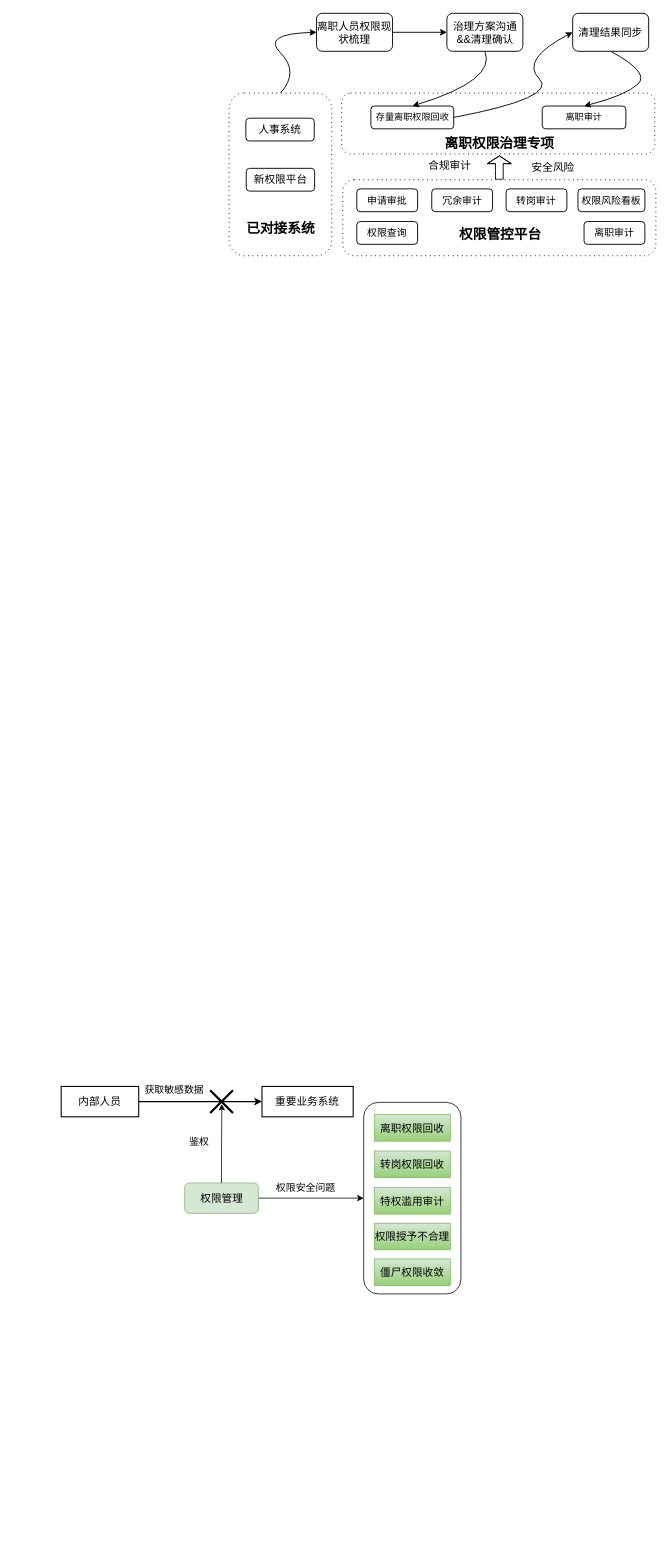
Before: page "第 14 页" (13 of 13) of 权限审计.drawio in zpxiao-ios/hello-world, a draw.io diagram. Source tidied: cells renumbered, new cells numbered last; positions are measured from the earlier drawing's top-left corner, leaving out a move shared by most shapes. Both pictures are drawn from the tidied source at 76%, with x=0, y=0 at pixel (61, 13).
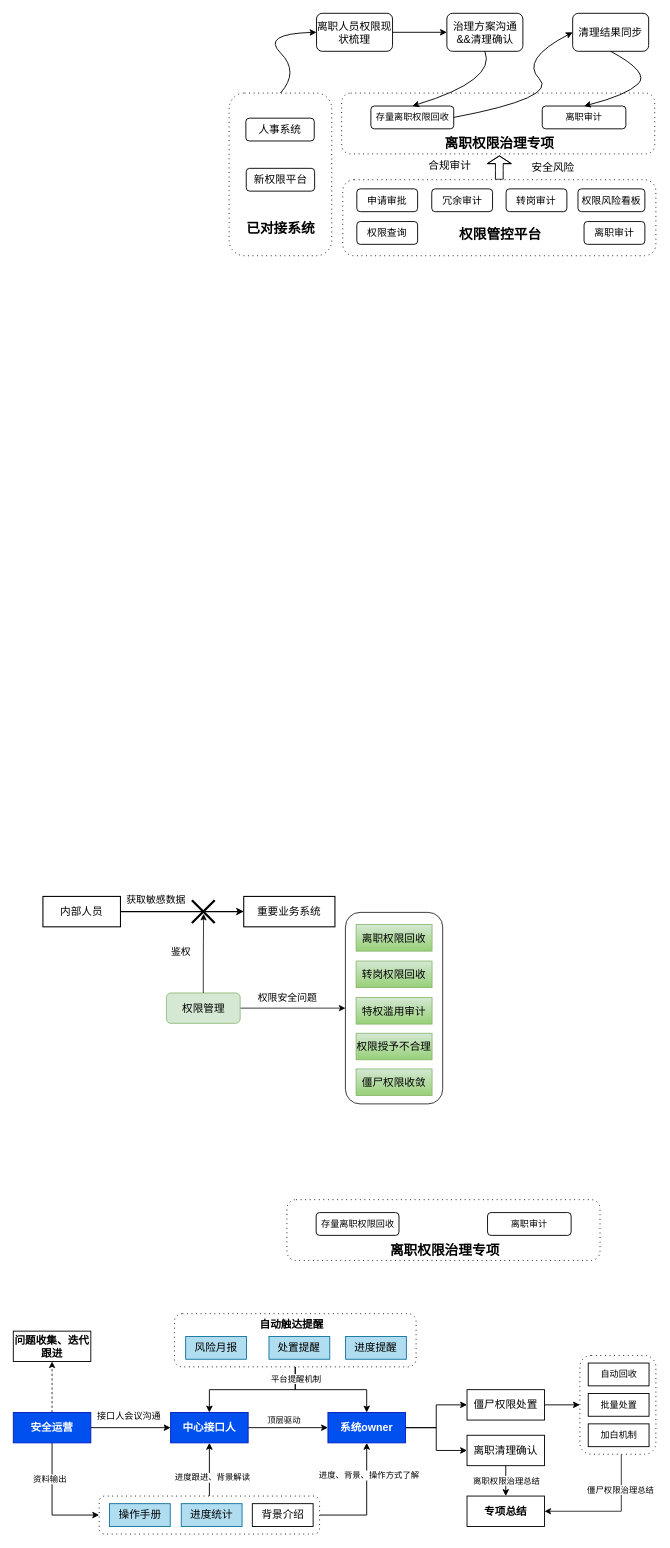
The same page after the edit.

Commit message:
更新权限审计.drawio

Change to the diagram source:
```diff
@@
+    <mxCell id="45" style="edgeStyle=orthogonalEdgeStyle;rounded=0;jettySize=auto;html=1;entryX=0.5;entryY=1;entryDx=0;entryDy=0;strokeWidth=1.2;" parent="1" edge="1" source="49" target="63">
+      <mxGeometry relative="1" as="geometry" />
+    </mxCell>
+    <mxCell id="46" value="进度跟进、背景解读" style="edgeLabel;html=1;align=center;verticalAlign=middle;" parent="45" vertex="1">
+      <mxGeometry x="0.15" y="-2" relative="1" as="geometry">
+        <mxPoint x="1" y="15" as="offset" />
+      </mxGeometry>
+    </mxCell>
+    <mxCell id="47" style="edgeStyle=orthogonalEdgeStyle;rounded=0;jettySize=auto;html=1;entryX=0.5;entryY=1;entryDx=0;entryDy=0;strokeWidth=1.2;" parent="1" edge="1" source="49" target="68">
+      <mxGeometry relative="1" as="geometry">
+        <Array as="points">
+          <mxPoint x="402" y="1976" />
+        </Array>
+      </mxGeometry>
+    </mxCell>
+    <mxCell id="48" value="进度、背景、操作方式了解" style="edgeLabel;html=1;align=center;verticalAlign=middle;" parent="47" vertex="1">
+      <mxGeometry x="0.47" y="-2" relative="1" as="geometry" />
+    </mxCell>
+    <mxCell id="49" style="rounded=1;whiteSpace=wrap;html=1;fontSize=12;dashed=1;dashPattern=1 4;strokeWidth=1.2;labelBackgroundColor=none;flipH=1;" parent="1" vertex="1">
+      <mxGeometry x="50" y="1951" width="290" height="50" as="geometry" />
+    </mxCell>
+    <mxCell id="50" style="edgeStyle=orthogonalEdgeStyle;rounded=0;jettySize=auto;html=1;strokeWidth=1.2;" parent="1" edge="1" source="51" target="68">
+      <mxGeometry relative="1" as="geometry" />
+    </mxCell>
+    <mxCell id="51" style="rounded=1;whiteSpace=wrap;html=1;fontSize=14;dashed=1;dashPattern=1 4;strokeWidth=1.2;labelBackgroundColor=none;" parent="1" vertex="1">
+      <mxGeometry x="149" y="1711" width="318" height="70" as="geometry" />
+    </mxCell>
+    <mxCell id="52" style="edgeStyle=orthogonalEdgeStyle;rounded=0;jettySize=auto;html=1;entryX=1;entryY=0.5;entryDx=0;entryDy=0;" parent="1" edge="1" source="54" target="82">
+      <mxGeometry relative="1" as="geometry">
+        <Array as="points">
+          <mxPoint x="737" y="1971" />
+        </Array>
+      </mxGeometry>
+    </mxCell>
+    <mxCell id="53" value="僵尸权限治理总结" style="edgeLabel;html=1;align=center;verticalAlign=middle;" parent="52" vertex="1">
+      <mxGeometry x="-0.48" y="-2" relative="1" as="geometry" />
+    </mxCell>
+    <mxCell id="54" style="rounded=1;whiteSpace=wrap;html=1;fontSize=12;dashed=1;dashPattern=1 4;strokeWidth=1.2;labelBackgroundColor=none;" parent="1" vertex="1">
+      <mxGeometry x="682.5" y="1766" width="100" height="130" as="geometry" />
+    </mxCell>
     <mxCell id="2" style="rounded=1;whiteSpace=wrap;html=1;" parent="1" vertex="1">
-      <mxGeometry x="398" y="1433" width="128" height="252" as="geometry" />
+      <mxGeometry x="374" y="1183" width="128" height="252" as="geometry" />
     </mxCell>
@@
     <mxCell id="31" value="内部人员" style="rounded=0;whiteSpace=wrap;html=1;strokeWidth=1.4;fontSize=14;" parent="1" vertex="1">
-      <mxGeometry y="1412" width="102" height="40" as="geometry" />
+      <mxGeometry x="-24" y="1162" width="102" height="40" as="geometry" />
     </mxCell>
     <mxCell id="32" value="重要业务系统" style="rounded=0;whiteSpace=wrap;html=1;strokeWidth=1.4;fontSize=14;" parent="1" vertex="1">
-      <mxGeometry x="264.2" y="1412" width="120" height="40" as="geometry" />
+      <mxGeometry x="240.2" y="1162" width="120" height="40" as="geometry" />
     </mxCell>
     <mxCell id="33" value="&lt;span&gt;&lt;font style=&quot;font-size: 13px;&quot;&gt;获取敏感数据&lt;/font&gt;&lt;/span&gt;" style="text;html=1;align=center;verticalAlign=middle;whiteSpace=wrap;rounded=0;fontStyle=0;" parent="1" vertex="1">
-      <mxGeometry x="108" y="1401" width="81.5" height="30" as="geometry" />
+      <mxGeometry x="84" y="1151" width="81.5" height="30" as="geometry" />
     </mxCell>
     <mxCell id="34" value="离职权限回收" style="rounded=0;whiteSpace=wrap;html=1;fontSize=14;fillColor=#d5e8d4;strokeColor=#82b366;gradientColor=#97d077;" parent="1" vertex="1">
-      <mxGeometry x="412" y="1449" width="100" height="35" as="geometry" />
+      <mxGeometry x="388" y="1199" width="100" height="35" as="geometry" />
     </mxCell>
     <mxCell id="35" value="转岗权限回收" style="rounded=0;whiteSpace=wrap;html=1;fontSize=14;fillColor=#d5e8d4;strokeColor=#82b366;gradientColor=#97d077;" parent="1" vertex="1">
-      <mxGeometry x="412" y="1497" width="100" height="35" as="geometry" />
+      <mxGeometry x="388" y="1247" width="100" height="35" as="geometry" />
     </mxCell>
     <mxCell id="36" value="特权滥用审计" style="rounded=0;whiteSpace=wrap;html=1;fontSize=14;fillColor=#d5e8d4;strokeColor=#82b366;gradientColor=#97d077;" parent="1" vertex="1">
-      <mxGeometry x="412" y="1545" width="100" height="35" as="geometry" />
+      <mxGeometry x="388" y="1295" width="100" height="35" as="geometry" />
     </mxCell>
     <mxCell id="37" style="shape=umlDestroy;whiteSpace=wrap;html=1;strokeWidth=3;targetShapes=umlLifeline;" parent="1" vertex="1">
-      <mxGeometry x="196" y="1417" width="30" height="30" as="geometry" />
+      <mxGeometry x="172" y="1167" width="30" height="30" as="geometry" />
     </mxCell>
@@
     <mxCell id="39" value="权限管理" style="rounded=1;whiteSpace=wrap;html=1;fontSize=14;fillColor=#d5e8d4;strokeColor=#82b366;" parent="1" vertex="1">
-      <mxGeometry x="162.5" y="1539" width="97" height="40" as="geometry" />
+      <mxGeometry x="138.5" y="1289" width="97" height="40" as="geometry" />
     </mxCell>
     <mxCell id="40" value="权限授予不合理" style="rounded=0;whiteSpace=wrap;html=1;fontSize=14;fillColor=#d5e8d4;strokeColor=#82b366;gradientColor=#97d077;" parent="1" vertex="1">
-      <mxGeometry x="412" y="1592" width="100" height="35" as="geometry" />
+      <mxGeometry x="388" y="1342" width="100" height="35" as="geometry" />
     </mxCell>
@@
     <mxCell id="42" value="&lt;font style=&quot;font-size: 13px;&quot;&gt;权限安全问题&lt;/font&gt;" style="text;html=1;align=center;verticalAlign=middle;whiteSpace=wrap;rounded=0;" parent="1" vertex="1">
-      <mxGeometry x="275" y="1530" width="94" height="30" as="geometry" />
+      <mxGeometry x="251" y="1280" width="94" height="30" as="geometry" />
     </mxCell>
     <mxCell id="43" value="僵尸权限收敛" style="rounded=0;whiteSpace=wrap;html=1;fontSize=14;fillColor=#d5e8d4;strokeColor=#82b366;gradientColor=#97d077;" parent="1" vertex="1">
-      <mxGeometry x="412" y="1639" width="100" height="35" as="geometry" />
+      <mxGeometry x="388" y="1389" width="100" height="35" as="geometry" />
     </mxCell>
     <mxCell id="44" value="&lt;font style=&quot;font-size: 13px;&quot;&gt;鉴权&lt;/font&gt;" style="text;html=1;align=center;verticalAlign=middle;whiteSpace=wrap;rounded=0;" parent="1" vertex="1">
-      <mxGeometry x="152" y="1469" width="60" height="30" as="geometry" />
+      <mxGeometry x="128" y="1219" width="60" height="30" as="geometry" />
     </mxCell>
+    <mxCell id="55" style="edgeStyle=orthogonalEdgeStyle;rounded=0;jettySize=auto;html=1;entryX=0;entryY=0.5;entryDx=0;entryDy=0;strokeWidth=1.2;" parent="1" edge="1" source="59" target="63">
+      <mxGeometry relative="1" as="geometry" />
+    </mxCell>
+    <mxCell id="56" style="edgeStyle=orthogonalEdgeStyle;rounded=0;jettySize=auto;html=1;entryX=0;entryY=0.5;entryDx=0;entryDy=0;strokeWidth=1.2;" parent="1" edge="1" source="59" target="49">
+      <mxGeometry relative="1" as="geometry">
+        <Array as="points">
+          <mxPoint x="-12" y="1976" />
+        </Array>
+      </mxGeometry>
+    </mxCell>
+    <mxCell id="57" value="资料输出" style="edgeLabel;html=1;align=center;verticalAlign=middle;" parent="56" vertex="1">
+      <mxGeometry x="-0.52" y="-4" relative="1" as="geometry">
+        <mxPoint y="9" as="offset" />
+      </mxGeometry>
+    </mxCell>
+    <mxCell id="58" style="edgeStyle=orthogonalEdgeStyle;rounded=0;jettySize=auto;html=1;entryX=0.5;entryY=1;entryDx=0;entryDy=0;dashed=1;" parent="1" edge="1" source="59" target="89">
+      <mxGeometry relative="1" as="geometry" />
+    </mxCell>
+    <mxCell id="59" value="安全运营" style="rounded=0;whiteSpace=wrap;html=1;strokeWidth=1.2;fontSize=14;flipH=1;fillColor=#0050ef;fontColor=#ffffff;strokeColor=#001DBC;fontStyle=1;" parent="1" vertex="1">
+      <mxGeometry x="-63" y="1841" width="102" height="40" as="geometry" />
+    </mxCell>
+    <mxCell id="60" value="风险月报" style="rounded=0;whiteSpace=wrap;html=1;strokeWidth=1.2;fontSize=14;fillColor=#b1ddf0;strokeColor=#10739e;" parent="1" vertex="1">
+      <mxGeometry x="163.8" y="1741" width="80" height="30" as="geometry" />
+    </mxCell>
+    <mxCell id="61" style="edgeStyle=orthogonalEdgeStyle;rounded=0;jettySize=auto;html=1;entryX=0;entryY=0.5;entryDx=0;entryDy=0;strokeWidth=1.2;" parent="1" edge="1" source="63" target="68">
+      <mxGeometry relative="1" as="geometry" />
+    </mxCell>
+    <mxCell id="62" value="顶层驱动" style="edgeLabel;html=1;align=center;verticalAlign=middle;" parent="61" vertex="1">
+      <mxGeometry x="-0.28" y="4" relative="1" as="geometry">
+        <mxPoint x="8" y="-6" as="offset" />
+      </mxGeometry>
+    </mxCell>
+    <mxCell id="63" value="中心接口人" style="rounded=0;whiteSpace=wrap;html=1;strokeWidth=1.2;fontSize=14;flipH=1;fillColor=#0050ef;fontColor=#ffffff;strokeColor=#001DBC;fontStyle=1;" parent="1" vertex="1">
+      <mxGeometry x="144" y="1841" width="102" height="40" as="geometry" />
+    </mxCell>
+    <mxCell id="64" value="操作手册" style="rounded=0;whiteSpace=wrap;html=1;strokeWidth=1.2;fontSize=14;flipH=1;fillColor=#b1ddf0;strokeColor=#10739e;" parent="1" vertex="1">
+      <mxGeometry x="63.5" y="1961" width="80" height="30" as="geometry" />
+    </mxCell>
+    <mxCell id="65" value="进度统计" style="rounded=0;whiteSpace=wrap;html=1;strokeWidth=1.2;fontSize=14;flipH=1;fillColor=#b1ddf0;strokeColor=#10739e;" parent="1" vertex="1">
+      <mxGeometry x="158" y="1961" width="80" height="30" as="geometry" />
+    </mxCell>
+    <mxCell id="66" style="edgeStyle=orthogonalEdgeStyle;rounded=0;jettySize=auto;html=1;strokeWidth=1.2;" parent="1" edge="1" source="68" target="70">
+      <mxGeometry relative="1" as="geometry" />
+    </mxCell>
+    <mxCell id="67" style="edgeStyle=orthogonalEdgeStyle;rounded=0;jettySize=auto;html=1;entryX=0;entryY=0.5;entryDx=0;entryDy=0;strokeWidth=1.2;" parent="1" edge="1" source="68" target="73">
+      <mxGeometry relative="1" as="geometry" />
+    </mxCell>
+    <mxCell id="68" value="系统owner" style="rounded=0;whiteSpace=wrap;html=1;strokeWidth=1.2;fontSize=14;flipH=1;fillColor=#0050ef;fontColor=#ffffff;strokeColor=#001DBC;fontStyle=1;" parent="1" vertex="1">
+      <mxGeometry x="351" y="1841" width="102" height="40" as="geometry" />
+    </mxCell>
+    <mxCell id="69" style="edgeStyle=orthogonalEdgeStyle;rounded=0;jettySize=auto;html=1;entryX=0;entryY=0.5;entryDx=0;entryDy=0;strokeWidth=1.2;" parent="1" edge="1" source="70" target="54">
+      <mxGeometry relative="1" as="geometry" />
+    </mxCell>
+    <mxCell id="70" value="僵尸权限处置" style="rounded=0;whiteSpace=wrap;html=1;strokeWidth=1.2;fontSize=14;flipH=1;" parent="1" vertex="1">
+      <mxGeometry x="534" y="1811" width="102" height="40" as="geometry" />
+    </mxCell>
+    <mxCell id="71" style="edgeStyle=orthogonalEdgeStyle;rounded=0;jettySize=auto;html=1;entryX=0.5;entryY=0;entryDx=0;entryDy=0;strokeWidth=1.2;" parent="1" edge="1" source="73" target="82">
+      <mxGeometry relative="1" as="geometry" />
+    </mxCell>
+    <mxCell id="72" value="离职权限治理总结" style="edgeLabel;html=1;align=center;verticalAlign=middle;" parent="71" vertex="1">
+      <mxGeometry x="-0.06" relative="1" as="geometry" />
+    </mxCell>
+    <mxCell id="73" value="离职清理确认" style="rounded=0;whiteSpace=wrap;html=1;strokeWidth=1.2;fontSize=14;" parent="1" vertex="1">
+      <mxGeometry x="534" y="1871" width="102" height="40" as="geometry" />
+    </mxCell>
+    <mxCell id="74" style="rounded=1;whiteSpace=wrap;html=1;fontSize=14;dashed=1;dashPattern=1 4;strokeWidth=1.2;labelBackgroundColor=none;" parent="1" vertex="1">
+      <mxGeometry x="297" y="1561" width="412" height="80" as="geometry" />
+    </mxCell>
+    <mxCell id="75" value="离职审计" style="rounded=1;whiteSpace=wrap;html=1;strokeWidth=1.2;labelBackgroundColor=none;" parent="1" vertex="1">
+      <mxGeometry x="561" y="1578" width="110" height="30" as="geometry" />
+    </mxCell>
+    <mxCell id="76" value="存量离职权限回收" style="rounded=1;whiteSpace=wrap;html=1;strokeWidth=1.2;labelBackgroundColor=none;" parent="1" vertex="1">
+      <mxGeometry x="335.5" y="1578" width="109" height="30" as="geometry" />
+    </mxCell>
+    <mxCell id="77" value="&lt;font style=&quot;font-size: 18px;&quot;&gt;&lt;b&gt;离职权限治理专项&lt;/b&gt;&lt;/font&gt;" style="text;html=1;align=center;verticalAlign=middle;whiteSpace=wrap;rounded=1;fontSize=14;strokeWidth=1.2;labelBackgroundColor=none;" parent="1" vertex="1">
+      <mxGeometry x="415.6" y="1613" width="177.8" height="30" as="geometry" />
+    </mxCell>
+    <mxCell id="78" value="接口人会议沟通" style="text;html=1;align=center;verticalAlign=middle;strokeColor=none;fillColor=none;strokeWidth=1.2;" parent="1" vertex="1">
+      <mxGeometry x="33.5" y="1831" width="110" height="30" as="geometry" />
+    </mxCell>
+    <mxCell id="79" value="处置提醒" style="rounded=0;whiteSpace=wrap;html=1;strokeWidth=1.2;fontSize=14;fillColor=#b1ddf0;strokeColor=#10739e;" parent="1" vertex="1">
+      <mxGeometry x="273.4" y="1741" width="80" height="30" as="geometry" />
+    </mxCell>
+    <mxCell id="80" value="进度提醒" style="rounded=0;whiteSpace=wrap;html=1;strokeWidth=1.2;fontSize=14;fillColor=#b1ddf0;strokeColor=#10739e;" parent="1" vertex="1">
+      <mxGeometry x="374.2" y="1741" width="80" height="30" as="geometry" />
+    </mxCell>
+    <mxCell id="81" value="背景介绍" style="rounded=0;whiteSpace=wrap;html=1;strokeWidth=1.2;fontSize=14;flipH=1;" parent="1" vertex="1">
+      <mxGeometry x="251.5" y="1961" width="80" height="30" as="geometry" />
+    </mxCell>
+    <mxCell id="82" value="&lt;b&gt;专项总结&lt;/b&gt;" style="rounded=0;whiteSpace=wrap;html=1;strokeWidth=1.2;fontSize=14;" parent="1" vertex="1">
+      <mxGeometry x="534" y="1951" width="102" height="40" as="geometry" />
+    </mxCell>
+    <mxCell id="83" value="自动回收" style="rounded=0;whiteSpace=wrap;html=1;strokeWidth=1.2;fontSize=12;flipH=1;flipV=1;" parent="1" vertex="1">
+      <mxGeometry x="693.5" y="1776" width="80" height="30" as="geometry" />
+    </mxCell>
+    <mxCell id="84" value="批量处置" style="rounded=0;whiteSpace=wrap;html=1;strokeWidth=1.2;fontSize=12;flipH=1;flipV=1;" parent="1" vertex="1">
+      <mxGeometry x="693.5" y="1816" width="80" height="30" as="geometry" />
+    </mxCell>
+    <mxCell id="85" value="加白机制" style="rounded=0;whiteSpace=wrap;html=1;strokeWidth=1.2;fontSize=12;flipH=1;flipV=1;" parent="1" vertex="1">
+      <mxGeometry x="693.5" y="1856" width="80" height="30" as="geometry" />
+    </mxCell>
+    <mxCell id="86" value="&lt;font style=&quot;font-size: 14px;&quot;&gt;自动触达提醒&lt;/font&gt;" style="text;html=1;align=center;verticalAlign=middle;whiteSpace=wrap;rounded=0;strokeWidth=1.2;fontStyle=1;" parent="1" vertex="1">
+      <mxGeometry x="258.5" y="1711" width="89" height="30" as="geometry" />
+    </mxCell>
+    <mxCell id="87" style="edgeStyle=orthogonalEdgeStyle;rounded=0;jettySize=auto;html=1;entryX=0.5;entryY=0;entryDx=0;entryDy=0;strokeWidth=1.2;" parent="1" edge="1" source="51" target="63">
+      <mxGeometry relative="1" as="geometry" />
+    </mxCell>
+    <mxCell id="88" value="平台提醒机制" style="edgeLabel;html=1;align=center;verticalAlign=middle;" parent="87" vertex="1">
+      <mxGeometry x="-0.83" relative="1" as="geometry" />
+    </mxCell>
+    <mxCell id="89" value="问题收集、迭代跟进" style="rounded=0;whiteSpace=wrap;html=1;strokeWidth=1.2;fontSize=14;flipH=1;fontStyle=1;" parent="1" vertex="1">
+      <mxGeometry x="-63" y="1734" width="102" height="40" as="geometry" />
+    </mxCell>
```
